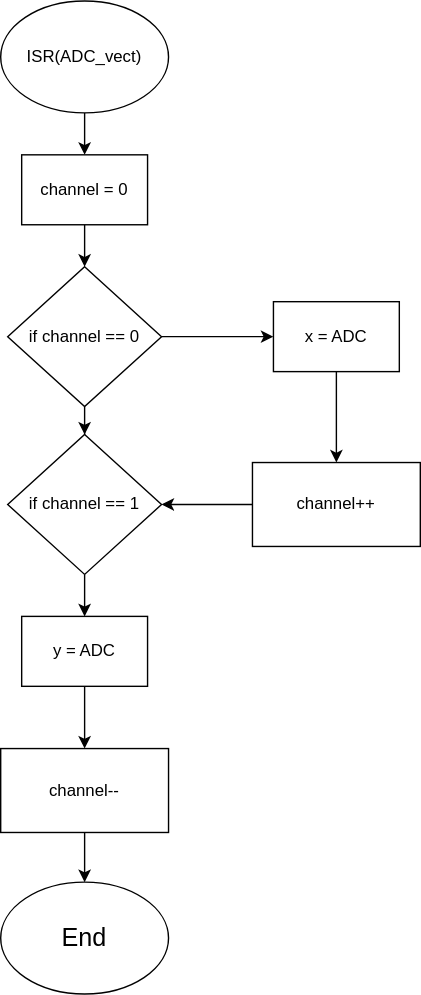
OndraFoltyn/digital-electronics-2 keeps this draw.io diagram as project1/joystick.drawio.svg. Above is the earlier version. Source tidied: cells renumbered, new cells last; positions are measured from the earlier drawing's top-left corner, leaving out a move shared by most shapes.
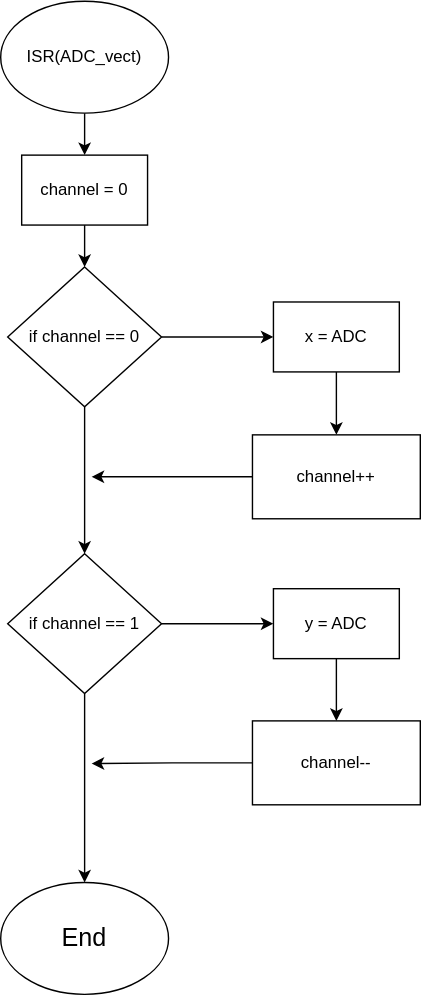
The same diagram one commit later.

The edit, as a diff of the source:
```diff
@@ -23,11 +23,13 @@
     <mxCell id="8" value="x = ADC" style="whiteSpace=wrap;html=1;" parent="1" vertex="1">
       <mxGeometry x="195" y="215" width="90" height="50" as="geometry" />
     </mxCell>
-    <mxCell id="9" style="edgeStyle=orthogonalEdgeStyle;rounded=0;jettySize=auto;html=1;exitX=0;exitY=0.5;exitDx=0;exitDy=0;entryX=1;entryY=0.5;entryDx=0;entryDy=0;fontSize=18;" parent="1" edge="1" source="10" target="14">
-      <mxGeometry relative="1" as="geometry" />
+    <mxCell id="9" style="edgeStyle=orthogonalEdgeStyle;rounded=0;jettySize=auto;html=1;exitX=0;exitY=0.5;exitDx=0;exitDy=0;fontSize=18;" parent="1" edge="1" source="10">
+      <mxGeometry relative="1" as="geometry">
+        <mxPoint x="65" y="340" as="targetPoint" />
+      </mxGeometry>
     </mxCell>
     <mxCell id="10" value="channel++" style="whiteSpace=wrap;html=1;" parent="1" vertex="1">
-      <mxGeometry x="180" y="330" width="120" height="60" as="geometry" />
+      <mxGeometry x="180" y="310" width="120" height="60" as="geometry" />
     </mxCell>
     <mxCell id="11" style="edgeStyle=orthogonalEdgeStyle;rounded=0;jettySize=auto;html=1;exitX=0.5;exitY=1;exitDx=0;exitDy=0;entryX=0.5;entryY=0;entryDx=0;entryDy=0;fontSize=18;" parent="1" edge="1" source="12" target="6">
       <mxGeometry relative="1" as="geometry" />
@@ -35,23 +37,28 @@
     <mxCell id="12" value="channel = 0" style="whiteSpace=wrap;html=1;" parent="1" vertex="1">
       <mxGeometry x="15" y="110" width="90" height="50" as="geometry" />
     </mxCell>
+    <mxCell id="20" style="edgeStyle=orthogonalEdgeStyle;rounded=0;jettySize=auto;html=1;exitX=0.5;exitY=1;exitDx=0;exitDy=0;fontSize=18;" parent="1" edge="1" source="14" target="19">
+      <mxGeometry relative="1" as="geometry" />
+    </mxCell>
-    <mxCell id="13" style="edgeStyle=orthogonalEdgeStyle;rounded=0;jettySize=auto;html=1;exitX=0.5;exitY=1;exitDx=0;exitDy=0;fontSize=18;" parent="1" edge="1" source="14" target="16">
+    <mxCell id="13" style="edgeStyle=orthogonalEdgeStyle;rounded=0;jettySize=auto;html=1;exitX=1;exitY=0.5;exitDx=0;exitDy=0;entryX=0;entryY=0.5;entryDx=0;entryDy=0;fontSize=18;" parent="1" edge="1" source="14" target="16">
       <mxGeometry relative="1" as="geometry" />
     </mxCell>
     <mxCell id="14" value="if channel == 1" style="rhombus;whiteSpace=wrap;html=1;" parent="1" vertex="1">
-      <mxGeometry x="5" y="310" width="110" height="100" as="geometry" />
+      <mxGeometry x="5" y="395" width="110" height="100" as="geometry" />
     </mxCell>
     <mxCell id="15" style="edgeStyle=orthogonalEdgeStyle;rounded=0;jettySize=auto;html=1;exitX=0.5;exitY=1;exitDx=0;exitDy=0;entryX=0.5;entryY=0;entryDx=0;entryDy=0;fontSize=18;" parent="1" edge="1" source="16" target="18">
       <mxGeometry relative="1" as="geometry" />
     </mxCell>
     <mxCell id="16" value="y = ADC" style="whiteSpace=wrap;html=1;" parent="1" vertex="1">
-      <mxGeometry x="15" y="440" width="90" height="50" as="geometry" />
+      <mxGeometry x="195" y="420" width="90" height="50" as="geometry" />
     </mxCell>
-    <mxCell id="17" style="edgeStyle=orthogonalEdgeStyle;rounded=0;jettySize=auto;html=1;exitX=0.5;exitY=1;exitDx=0;exitDy=0;entryX=0.5;entryY=0;entryDx=0;entryDy=0;fontSize=18;" parent="1" edge="1" source="18" target="19">
-      <mxGeometry relative="1" as="geometry" />
-    </mxCell>
+    <mxCell id="21" style="edgeStyle=orthogonalEdgeStyle;rounded=0;jettySize=auto;html=1;exitX=0;exitY=0.5;exitDx=0;exitDy=0;fontSize=18;" parent="1" edge="1" source="18">
+      <mxGeometry relative="1" as="geometry">
+        <mxPoint x="65" y="545" as="targetPoint" />
+      </mxGeometry>
+    </mxCell>
     <mxCell id="18" value="channel--" style="whiteSpace=wrap;html=1;" parent="1" vertex="1">
-      <mxGeometry y="534.5" width="120" height="60" as="geometry" />
+      <mxGeometry x="180" y="514.5" width="120" height="60" as="geometry" />
     </mxCell>
     <mxCell id="19" value="End" style="ellipse;whiteSpace=wrap;html=1;fontSize=18;" parent="1" vertex="1">
       <mxGeometry y="630" width="120" height="80" as="geometry" />
```
